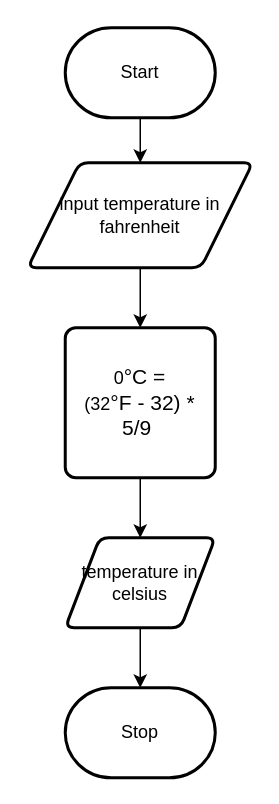
Liya-Getachew/ICS2O-Unit3-04-JS keeps this draw.io diagram as design/flow-chart.drawio. Above is the earlier version. Source tidied: cells renumbered, new cells numbered last; positions are measured from the earlier drawing's top-left corner, leaving out a move shared by most shapes. Both pictures are drawn from the tidied source at 150%, with x=0, y=0 at pixel (27, 27).
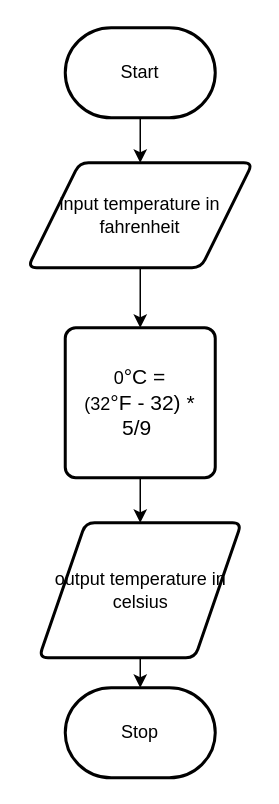
After the change.

Commit message (it also covers changes not shown here):
board and chart png

Change to the diagram source:
```diff
@@
 <mxGraphModel>
   <root>
     <mxCell id="0" />
     <mxCell id="1" parent="0" />
     <mxCell id="2" style="edgeStyle=none;html=1;" parent="1" edge="1" source="3" target="5">
       <mxGeometry relative="1" as="geometry" />
     </mxCell>
     <mxCell id="3" value="Start" style="strokeWidth=2;html=1;shape=mxgraph.flowchart.terminator;whiteSpace=wrap;" parent="1" vertex="1">
       <mxGeometry x="25" width="100" height="60" as="geometry" />
     </mxCell>
     <mxCell id="4" style="edgeStyle=none;html=1;" parent="1" edge="1" source="5" target="7">
       <mxGeometry relative="1" as="geometry" />
     </mxCell>
     <mxCell id="5" value="input temperature in fahrenheit" style="shape=parallelogram;html=1;strokeWidth=2;perimeter=parallelogramPerimeter;whiteSpace=wrap;rounded=1;arcSize=12;size=0.23;" parent="1" vertex="1">
       <mxGeometry y="90" width="150" height="70" as="geometry" />
     </mxCell>
     <mxCell id="6" style="edgeStyle=none;html=1;" parent="1" edge="1" source="7" target="9">
       <mxGeometry relative="1" as="geometry" />
     </mxCell>
     <mxCell id="7" value="0&lt;span style=&quot;font-family: &amp;#34;arial&amp;#34; , sans-serif ; font-size: 14px ; text-align: left&quot;&gt;°C =&lt;/span&gt;&lt;br&gt;(32&lt;span style=&quot;font-family: &amp;#34;arial&amp;#34; , sans-serif ; font-size: 14px ; text-align: left&quot;&gt;°F - 32) * 5/9&lt;/span&gt;&lt;span style=&quot;color: rgb(0 , 0 , 0) ; font-family: &amp;#34;arial&amp;#34; , sans-serif ; font-size: 14px ; text-align: left&quot;&gt;&amp;nbsp;&lt;/span&gt;" style="rounded=1;whiteSpace=wrap;html=1;absoluteArcSize=1;arcSize=14;strokeWidth=2;" parent="1" vertex="1">
       <mxGeometry x="25" y="200" width="100" height="100" as="geometry" />
     </mxCell>
     <mxCell id="8" style="edgeStyle=none;html=1;" parent="1" edge="1" source="9" target="10">
       <mxGeometry relative="1" as="geometry" />
     </mxCell>
-    <mxCell id="9" value="temperature in celsius" style="shape=parallelogram;html=1;strokeWidth=2;perimeter=parallelogramPerimeter;whiteSpace=wrap;rounded=1;arcSize=12;size=0.23;" parent="1" vertex="1">
-      <mxGeometry x="25" y="340" width="100" height="60" as="geometry" />
+    <mxCell id="9" value="output temperature in celsius" style="shape=parallelogram;html=1;strokeWidth=2;perimeter=parallelogramPerimeter;whiteSpace=wrap;rounded=1;arcSize=12;size=0.23;fontSize=12;align=center;" parent="1" vertex="1">
+      <mxGeometry x="7.5" y="330" width="135" height="90" as="geometry" />
     </mxCell>
     <mxCell id="10" value="Stop" style="strokeWidth=2;html=1;shape=mxgraph.flowchart.terminator;whiteSpace=wrap;" parent="1" vertex="1">
       <mxGeometry x="25" y="440" width="100" height="60" as="geometry" />
     </mxCell>
   </root>
 </mxGraphModel>
```
